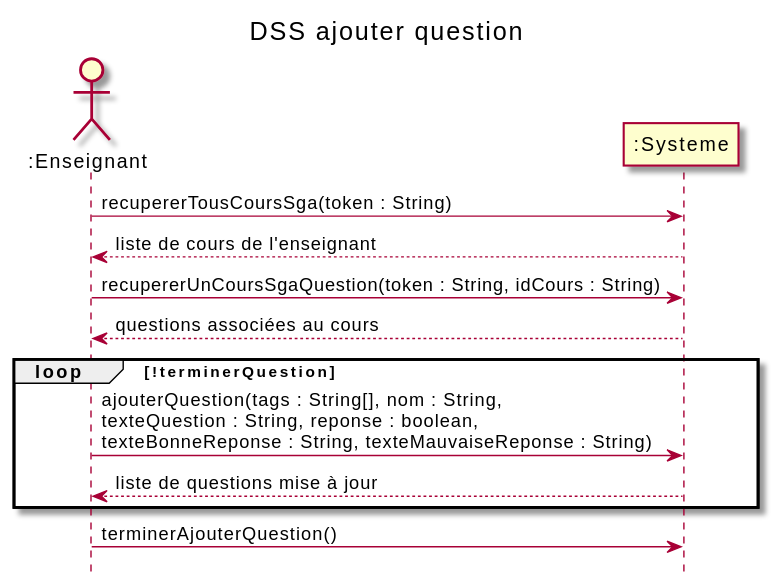
This is out/docs/Ajouter question/DSS_Ajouter_Question/DSS_Ajouter_Question.svg from nerdz88/SGA-TS, a PlantUML export, as it was before one commit. Source of this version:
```plantuml
@startuml
title DSS ajouter question
hide footbox
actor ":Enseignant" as professeur
participant ":Systeme" as systeme

professeur ->  systeme : recupererTousCoursSga(token : String)
professeur <-- systeme : liste de cours de l'enseignant
professeur -> systeme : recupererUnCoursSgaQuestion(token : String, idCours : String)
professeur <-- systeme : questions associées au cours

loop !terminerQuestion
professeur -> systeme : ajouterQuestion(tags : String[], nom : String, \ntexteQuestion : String, reponse : boolean,\ntexteBonneReponse : String, texteMauvaiseReponse : String)
systeme --> professeur : liste de questions mise à jour
end
professeur -> systeme : terminerAjouterQuestion()
@enduml
```
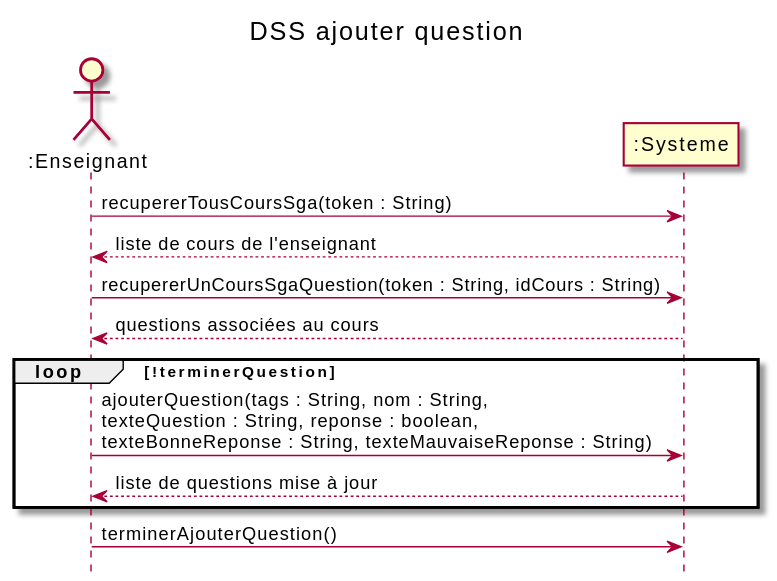
After the change.

The edit, as a diff of the source:
```diff
@@ -10,7 +10,7 @@
 professeur <-- systeme : questions associées au cours
 
 loop !terminerQuestion
-professeur -> systeme : ajouterQuestion(tags : String[], nom : String, \ntexteQuestion : String, reponse : boolean,\ntexteBonneReponse : String, texteMauvaiseReponse : String)
+professeur -> systeme : ajouterQuestion(tags : String, nom : String, \ntexteQuestion : String, reponse : boolean,\ntexteBonneReponse : String, texteMauvaiseReponse : String)
 systeme --> professeur : liste de questions mise à jour
 end
 professeur -> systeme : terminerAjouterQuestion()
```
